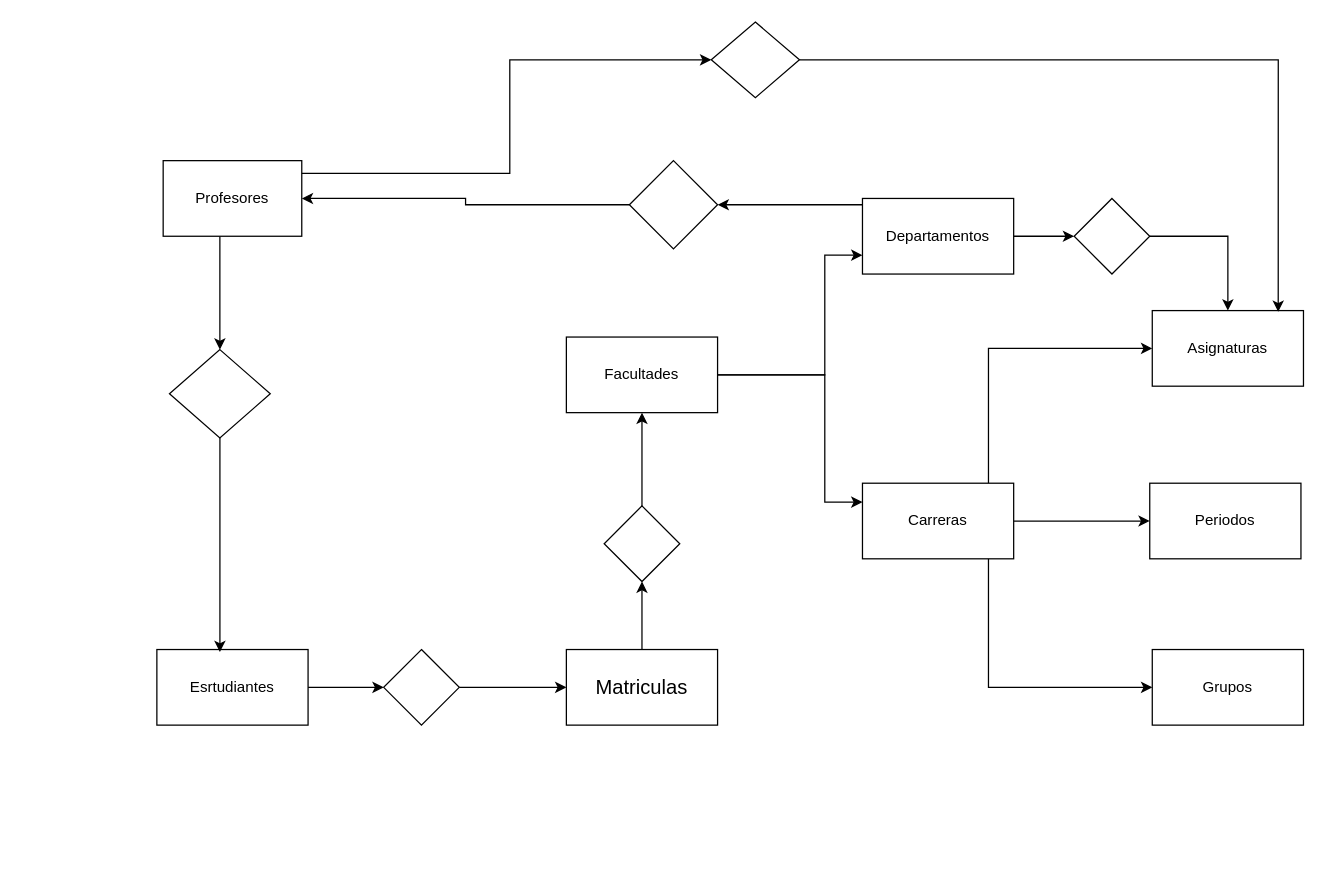
The draw.io diagram ProyectoFinalBD.drawio in ErnestDG/Ciencia-de-datos-, before the edit. Source tidied: cells renumbered, new cells numbered last; positions are measured from the earlier drawing's top-left corner, leaving out a move shared by most shapes. Both pictures are drawn from the tidied source at 126%, with x=0, y=0 at pixel (156, 21).
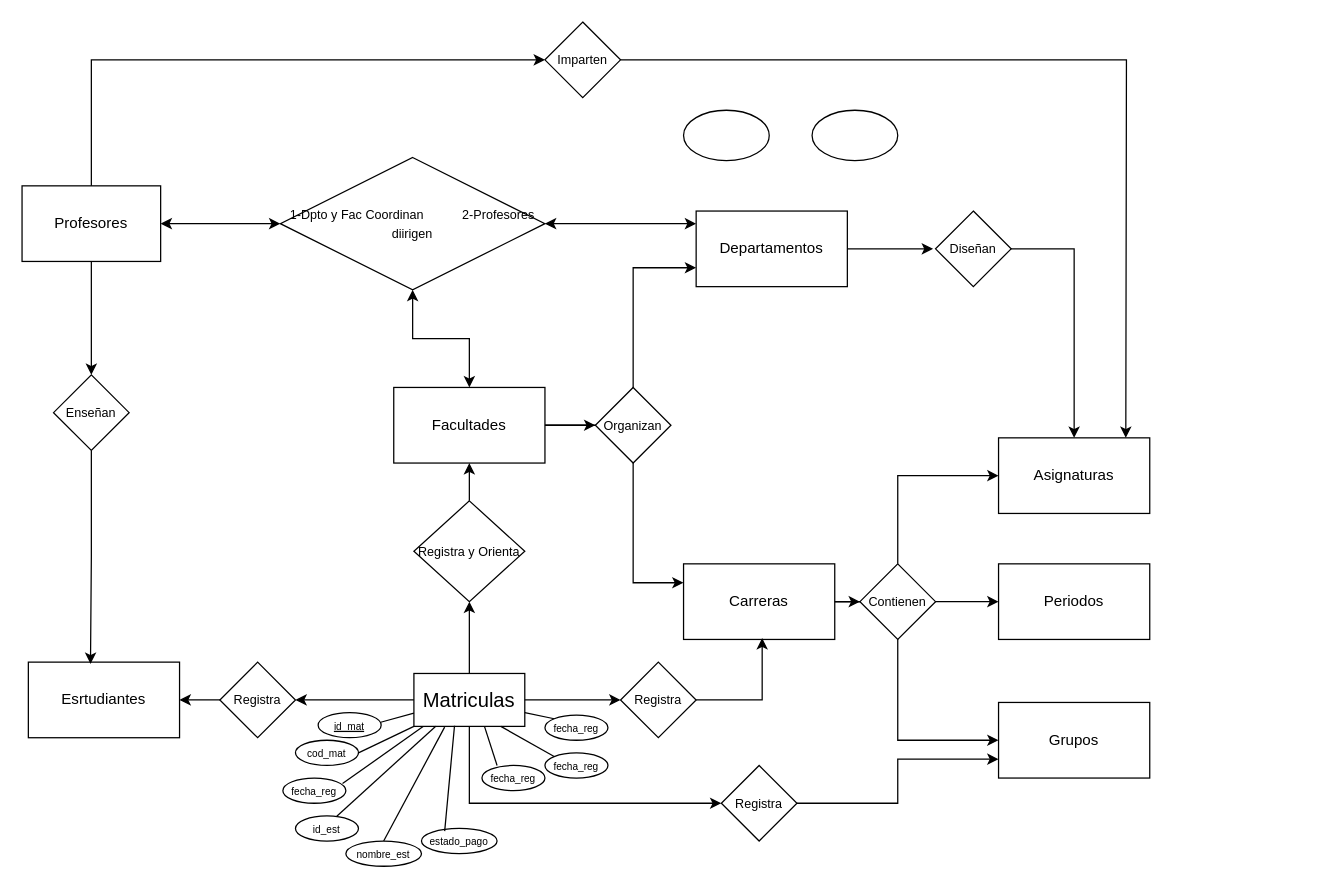
After the change.

What changed in the source:
```diff
@@
     <mxCell id="2" value="Grupos" style="rounded=0;whiteSpace=wrap;html=1;" parent="1" vertex="1">
-      <mxGeometry x="790" y="498" width="120" height="60" as="geometry" />
+      <mxGeometry x="668" y="540" width="120" height="60" as="geometry" />
     </mxCell>
     <mxCell id="3" style="edgeStyle=orthogonalEdgeStyle;rounded=0;jettySize=auto;html=1;entryX=0;entryY=0.75;entryDx=0;entryDy=0;" parent="1" edge="1" source="5" target="9">
       <mxGeometry relative="1" as="geometry">
         <Array as="points">
-          <mxPoint x="530.1" y="280.1" />
-          <mxPoint x="530.1" y="185" />
+          <mxPoint x="378" y="320" />
+          <mxPoint x="378" y="195" />
         </Array>
       </mxGeometry>
     </mxCell>
-    <mxCell id="4" style="edgeStyle=orthogonalEdgeStyle;rounded=0;jettySize=auto;html=1;entryX=0;entryY=0.25;entryDx=0;entryDy=0;" parent="1" edge="1" source="5" target="13">
+    <mxCell id="4" style="edgeStyle=orthogonalEdgeStyle;rounded=0;jettySize=auto;html=1;entryX=0;entryY=0.25;entryDx=0;entryDy=0;" parent="1" edge="1" source="47" target="13">
       <mxGeometry relative="1" as="geometry">
         <Array as="points">
-          <mxPoint x="530.1" y="280.1" />
-          <mxPoint x="530.1" y="381" />
+          <mxPoint x="378" y="445" />
         </Array>
       </mxGeometry>
     </mxCell>
+    <mxCell id="34" style="edgeStyle=orthogonalEdgeStyle;rounded=0;jettySize=auto;html=1;entryX=0.5;entryY=1;entryDx=0;entryDy=0;startArrow=classic;startFill=1;" parent="1" edge="1" source="5" target="40">
+      <mxGeometry relative="1" as="geometry" />
+    </mxCell>
     <mxCell id="5" value="Facultades" style="rounded=0;whiteSpace=wrap;html=1;" parent="1" vertex="1">
-      <mxGeometry x="325" y="250" width="120" height="60" as="geometry" />
+      <mxGeometry x="188" y="290" width="120" height="60" as="geometry" />
     </mxCell>
     <mxCell id="6" value="Asignaturas" style="rounded=0;whiteSpace=wrap;html=1;" parent="1" vertex="1">
-      <mxGeometry x="790" y="229" width="120" height="60" as="geometry" />
+      <mxGeometry x="668" y="330" width="120" height="60" as="geometry" />
     </mxCell>
-    <mxCell id="7" style="edgeStyle=orthogonalEdgeStyle;rounded=0;jettySize=auto;html=1;entryX=0;entryY=0.5;entryDx=0;entryDy=0;" parent="1" edge="1" source="9" target="25">
-      <mxGeometry relative="1" as="geometry" />
+    <mxCell id="7" style="edgeStyle=orthogonalEdgeStyle;rounded=0;jettySize=auto;html=1;entryX=0;entryY=0.5;entryDx=0;entryDy=0;" parent="1" edge="1" source="9">
+      <mxGeometry relative="1" as="geometry">
+        <mxPoint x="616" y="180" as="targetPoint" />
+      </mxGeometry>
     </mxCell>
-    <mxCell id="8" style="edgeStyle=orthogonalEdgeStyle;rounded=0;jettySize=auto;html=1;entryX=1;entryY=0.5;entryDx=0;entryDy=0;" parent="1" edge="1" source="9" target="33">
-      <mxGeometry relative="1" as="geometry">
-        <Array as="points">
-          <mxPoint x="520" y="145" />
-          <mxPoint x="520" y="145" />
-        </Array>
-      </mxGeometry>
-    </mxCell>
+    <mxCell id="35" style="edgeStyle=orthogonalEdgeStyle;rounded=0;jettySize=auto;html=1;startArrow=classic;startFill=1;" parent="1" edge="1" source="9" target="40">
+      <mxGeometry relative="1" as="geometry">
+        <Array as="points">
+          <mxPoint x="408" y="160" />
+          <mxPoint x="408" y="160" />
+        </Array>
+      </mxGeometry>
+    </mxCell>
     <mxCell id="9" value="Departamentos" style="rounded=0;whiteSpace=wrap;html=1;" parent="1" vertex="1">
-      <mxGeometry x="560" y="140" width="120" height="60" as="geometry" />
+      <mxGeometry x="428" y="150" width="120" height="60" as="geometry" />
     </mxCell>
-    <mxCell id="10" style="edgeStyle=orthogonalEdgeStyle;rounded=0;jettySize=auto;html=1;entryX=0;entryY=0.5;entryDx=0;entryDy=0;" parent="1" edge="1" source="13" target="6">
+    <mxCell id="10" style="edgeStyle=orthogonalEdgeStyle;rounded=0;jettySize=auto;html=1;entryX=0;entryY=0.5;entryDx=0;entryDy=0;" parent="1" edge="1" source="43" target="6">
       <mxGeometry relative="1" as="geometry">
         <Array as="points">
-          <mxPoint x="660" y="396" />
-          <mxPoint x="660" y="259" />
+          <mxPoint x="588" y="360" />
         </Array>
       </mxGeometry>
     </mxCell>
@@
     <mxCell id="12" style="edgeStyle=orthogonalEdgeStyle;rounded=0;jettySize=auto;html=1;entryX=0;entryY=0.5;entryDx=0;entryDy=0;" parent="1" edge="1" source="13" target="2">
       <mxGeometry relative="1" as="geometry">
         <Array as="points">
-          <mxPoint x="660" y="396" />
-          <mxPoint x="660" y="528" />
+          <mxPoint x="588" y="460" />
+          <mxPoint x="588" y="570" />
         </Array>
       </mxGeometry>
     </mxCell>
     <mxCell id="13" value="Carreras" style="rounded=0;whiteSpace=wrap;html=1;" parent="1" vertex="1">
-      <mxGeometry x="560" y="366" width="120" height="60" as="geometry" />
+      <mxGeometry x="418" y="430" width="120" height="60" as="geometry" />
     </mxCell>
-    <mxCell id="14" style="edgeStyle=orthogonalEdgeStyle;rounded=0;jettySize=auto;html=1;entryX=0;entryY=0.5;entryDx=0;entryDy=0;" parent="1" edge="1" source="15" target="27">
-      <mxGeometry relative="1" as="geometry" />
+    <mxCell id="14" style="edgeStyle=orthogonalEdgeStyle;rounded=0;jettySize=auto;html=1;entryX=0;entryY=0.5;entryDx=0;entryDy=0;endArrow=none;endFill=0;startArrow=classic;startFill=1;" parent="1" edge="1" source="15">
+      <mxGeometry relative="1" as="geometry">
+        <mxPoint x="68" y="538" as="targetPoint" />
+      </mxGeometry>
     </mxCell>
     <mxCell id="15" value="Esrtudiantes" style="rounded=0;whiteSpace=wrap;html=1;" parent="1" vertex="1">
-      <mxGeometry y="498" width="120" height="60" as="geometry" />
+      <mxGeometry x="-102" y="508" width="120" height="60" as="geometry" />
     </mxCell>
-    <mxCell id="16" style="edgeStyle=orthogonalEdgeStyle;rounded=0;jettySize=auto;html=1;entryX=0.5;entryY=1;entryDx=0;entryDy=0;" parent="1" edge="1" source="17" target="31">
+    <mxCell id="16" style="edgeStyle=orthogonalEdgeStyle;rounded=0;jettySize=auto;html=1;entryX=0.5;entryY=1;entryDx=0;entryDy=0;" parent="1" edge="1" source="17" target="39">
       <mxGeometry relative="1" as="geometry" />
     </mxCell>
     <mxCell id="17" value="&lt;font style=&quot;font-size: 16px;&quot;&gt;Matriculas&lt;/font&gt;" style="rounded=0;whiteSpace=wrap;html=1;" parent="1" vertex="1">
-      <mxGeometry x="325" y="498" width="120" height="60" as="geometry" />
+      <mxGeometry x="204" y="517" width="88" height="42" as="geometry" />
     </mxCell>
-    <mxCell id="18" style="edgeStyle=orthogonalEdgeStyle;rounded=0;jettySize=auto;html=1;entryX=0.417;entryY=0.033;entryDx=0;entryDy=0;entryPerimeter=0;" parent="1" edge="1" source="29" target="15">
-      <mxGeometry relative="1" as="geometry" />
-    </mxCell>
+    <mxCell id="36" style="edgeStyle=orthogonalEdgeStyle;rounded=0;jettySize=auto;html=1;entryX=0.5;entryY=0;entryDx=0;entryDy=0;" parent="1" edge="1" source="19" target="37">
+      <mxGeometry relative="1" as="geometry" />
+    </mxCell>
     <mxCell id="19" value="Profesores" style="rounded=0;whiteSpace=wrap;html=1;" parent="1" vertex="1">
-      <mxGeometry x="5" y="110" width="110" height="60" as="geometry" />
+      <mxGeometry x="-107" y="130" width="110" height="60" as="geometry" />
     </mxCell>
     <mxCell id="20" value="Periodos" style="rounded=0;whiteSpace=wrap;html=1;" parent="1" vertex="1">
-      <mxGeometry x="788" y="366" width="120" height="60" as="geometry" />
+      <mxGeometry x="668" y="430" width="120" height="60" as="geometry" />
     </mxCell>
-    <mxCell id="21" style="edgeStyle=orthogonalEdgeStyle;rounded=0;jettySize=auto;html=1;entryX=0.833;entryY=0.017;entryDx=0;entryDy=0;entryPerimeter=0;" parent="1" edge="1" source="23" target="6">
-      <mxGeometry relative="1" as="geometry">
-        <Array as="points">
-          <mxPoint x="890" y="30" />
-        </Array>
-      </mxGeometry>
-    </mxCell>
-    <mxCell id="22" style="edgeStyle=orthogonalEdgeStyle;rounded=0;jettySize=auto;html=1;entryX=0;entryY=0.5;entryDx=0;entryDy=0;" parent="1" edge="1" source="19" target="23">
+    <mxCell id="22" style="edgeStyle=orthogonalEdgeStyle;rounded=0;jettySize=auto;html=1;exitX=0.5;exitY=0;exitDx=0;exitDy=0;entryX=0;entryY=0.5;entryDx=0;entryDy=0;" parent="1" edge="1" source="19" target="41">
       <mxGeometry relative="1" as="geometry">
         <Array as="points">
-          <mxPoint x="280.1" y="120.1" />
-          <mxPoint x="280.1" y="30.1" />
+          <mxPoint x="-52" y="30" />
         </Array>
       </mxGeometry>
     </mxCell>
-    <mxCell id="23" style="rhombus;whiteSpace=wrap;html=1;shapeInside=1;" parent="1" vertex="1">
-      <mxGeometry x="440" width="70" height="60" as="geometry" />
-    </mxCell>
-    <mxCell id="24" style="edgeStyle=orthogonalEdgeStyle;rounded=0;jettySize=auto;html=1;entryX=0.5;entryY=0;entryDx=0;entryDy=0;" parent="1" edge="1" source="25" target="6">
-      <mxGeometry relative="1" as="geometry" />
+    <mxCell id="24" style="edgeStyle=orthogonalEdgeStyle;rounded=0;jettySize=auto;html=1;entryX=0.5;entryY=0;entryDx=0;entryDy=0;" parent="1" edge="1" target="6">
+      <mxGeometry relative="1" as="geometry">
+        <mxPoint x="676" y="180" as="sourcePoint" />
+        <Array as="points">
+          <mxPoint x="728" y="180" />
+        </Array>
+      </mxGeometry>
     </mxCell>
-    <mxCell id="25" style="rhombus;whiteSpace=wrap;html=1;shapeInside=1;" parent="1" vertex="1">
-      <mxGeometry x="728" y="140" width="60" height="60" as="geometry" />
-    </mxCell>
-    <mxCell id="26" style="edgeStyle=orthogonalEdgeStyle;rounded=0;jettySize=auto;html=1;entryX=0;entryY=0.5;entryDx=0;entryDy=0;" parent="1" edge="1" source="27" target="17">
+    <mxCell id="26" style="edgeStyle=orthogonalEdgeStyle;rounded=0;jettySize=auto;html=1;entryX=0;entryY=0.5;entryDx=0;entryDy=0;startArrow=classic;startFill=1;endArrow=none;endFill=0;exitX=1;exitY=0.5;exitDx=0;exitDy=0;" parent="1" edge="1" source="42" target="17">
       <mxGeometry relative="1" as="geometry" />
     </mxCell>
-    <mxCell id="27" style="rhombus;whiteSpace=wrap;html=1;shapeInside=1;" parent="1" vertex="1">
-      <mxGeometry x="180" y="498" width="60" height="60" as="geometry" />
-    </mxCell>
-    <mxCell id="28" style="edgeStyle=orthogonalEdgeStyle;rounded=0;jettySize=auto;html=1;entryX=0.5;entryY=0;entryDx=0;entryDy=0;exitX=0.417;exitY=1.002;exitDx=0;exitDy=0;exitPerimeter=0;" parent="1" edge="1" source="19" target="29">
-      <mxGeometry relative="1" as="geometry">
-        <Array as="points">
-          <mxPoint x="50.1" y="260.1" />
-        </Array>
-      </mxGeometry>
-    </mxCell>
-    <mxCell id="29" style="rhombus;whiteSpace=wrap;html=1;shapeInside=1;" parent="1" vertex="1">
-      <mxGeometry x="10" y="260" width="80" height="70" as="geometry" />
-    </mxCell>
-    <mxCell id="30" style="edgeStyle=orthogonalEdgeStyle;rounded=0;jettySize=auto;html=1;entryX=0.5;entryY=1;entryDx=0;entryDy=0;" parent="1" edge="1" source="31" target="5">
+    <mxCell id="30" style="edgeStyle=orthogonalEdgeStyle;rounded=0;jettySize=auto;html=1;entryX=0.5;entryY=1;entryDx=0;entryDy=0;exitX=0.5;exitY=0;exitDx=0;exitDy=0;" parent="1" edge="1" source="39" target="5">
       <mxGeometry relative="1" as="geometry" />
     </mxCell>
-    <mxCell id="31" style="rhombus;whiteSpace=wrap;html=1;shapeInside=1;" parent="1" vertex="1">
-      <mxGeometry x="355" y="384" width="60" height="60" as="geometry" />
-    </mxCell>
-    <mxCell id="32" style="edgeStyle=orthogonalEdgeStyle;rounded=0;jettySize=auto;html=1;entryX=1;entryY=0.5;entryDx=0;entryDy=0;" parent="1" edge="1" source="33" target="19">
+    <mxCell id="32" style="edgeStyle=orthogonalEdgeStyle;rounded=0;jettySize=auto;html=1;entryX=1;entryY=0.5;entryDx=0;entryDy=0;exitX=0;exitY=0.5;exitDx=0;exitDy=0;startArrow=classic;startFill=1;" parent="1" edge="1" source="40" target="19">
       <mxGeometry relative="1" as="geometry" />
     </mxCell>
-    <mxCell id="33" style="rhombus;whiteSpace=wrap;html=1;shapeInside=1;" parent="1" vertex="1">
-      <mxGeometry x="375" y="110" width="70" height="70" as="geometry" />
-    </mxCell>
+    <mxCell id="37" value="&lt;font style=&quot;font-size: 10px;&quot;&gt;Enseñan&lt;/font&gt;" style="rhombus;whiteSpace=wrap;html=1;shapeInside=1;" parent="1" vertex="1">
+      <mxGeometry x="-82" y="280" width="60" height="60" as="geometry" />
+    </mxCell>
+    <mxCell id="38" value="&lt;font style=&quot;font-size: 10px;&quot;&gt;Diseñan&lt;/font&gt;" style="rhombus;whiteSpace=wrap;html=1;shapeInside=1;" parent="1" vertex="1">
+      <mxGeometry x="618" y="150" width="60" height="60" as="geometry" />
+    </mxCell>
+    <mxCell id="39" value="&lt;font style=&quot;font-size: 10px;&quot;&gt;Registra y Orienta&lt;/font&gt;" style="rhombus;whiteSpace=wrap;html=1;shapeInside=1;" parent="1" vertex="1">
+      <mxGeometry x="204" y="380" width="88" height="80" as="geometry" />
+    </mxCell>
+    <mxCell id="40" value="&lt;font style=&quot;font-size: 10px;&quot;&gt;1-Dpto y Fac Coordinan&amp;nbsp; &amp;nbsp; &amp;nbsp; &amp;nbsp; &amp;nbsp; &amp;nbsp;2-&lt;/font&gt;&lt;span style=&quot;font-size: 10px; background-color: transparent; color: light-dark(rgb(0, 0, 0), rgb(255, 255, 255));&quot;&gt;Profesores diirigen&lt;/span&gt;&lt;font style=&quot;font-size: 10px;&quot;&gt;&lt;br&gt;&lt;/font&gt;" style="rhombus;whiteSpace=wrap;html=1;shapeInside=1;" parent="1" vertex="1">
+      <mxGeometry x="98" y="107.5" width="210" height="105" as="geometry" />
+    </mxCell>
+    <mxCell id="41" value="&lt;font style=&quot;font-size: 10px;&quot;&gt;Imparten&lt;/font&gt;" style="rhombus;whiteSpace=wrap;html=1;shapeInside=1;" parent="1" vertex="1">
+      <mxGeometry x="308" width="60" height="60" as="geometry" />
+    </mxCell>
+    <mxCell id="42" value="&lt;font style=&quot;font-size: 10px;&quot;&gt;Registra&lt;/font&gt;" style="rhombus;whiteSpace=wrap;html=1;shapeInside=1;" parent="1" vertex="1">
+      <mxGeometry x="50" y="508" width="60" height="60" as="geometry" />
+    </mxCell>
+    <mxCell id="43" value="&lt;font style=&quot;font-size: 10px;&quot;&gt;Contienen&lt;/font&gt;" style="rhombus;whiteSpace=wrap;html=1;shapeInside=1;" parent="1" vertex="1">
+      <mxGeometry x="558" y="430" width="60" height="60" as="geometry" />
+    </mxCell>
+    <mxCell id="44" style="endArrow=classic;html=1;rounded=0;exitX=1;exitY=0.5;exitDx=0;exitDy=0;entryX=0;entryY=0.5;entryDx=0;entryDy=0;" parent="1" edge="1" source="13" target="43">
+      <mxGeometry relative="1" as="geometry" />
+    </mxCell>
+    <mxCell id="45" style="edgeStyle=orthogonalEdgeStyle;rounded=0;jettySize=auto;html=1;" parent="1" edge="1" source="41">
+      <mxGeometry relative="1" as="geometry">
+        <mxPoint x="769" y="330" as="targetPoint" />
+      </mxGeometry>
+    </mxCell>
+    <mxCell id="46" style="edgeStyle=orthogonalEdgeStyle;rounded=0;jettySize=auto;html=1;entryX=0.411;entryY=0.024;entryDx=0;entryDy=0;entryPerimeter=0;" parent="1" edge="1" source="37" target="15">
+      <mxGeometry relative="1" as="geometry" />
+    </mxCell>
+    <mxCell id="47" value="&lt;font style=&quot;font-size: 10px;&quot;&gt;Organizan&lt;/font&gt;" style="rhombus;whiteSpace=wrap;html=1;shapeInside=1;" parent="1" vertex="1">
+      <mxGeometry x="348" y="290" width="60" height="60" as="geometry" />
+    </mxCell>
+    <mxCell id="48" style="endArrow=classic;html=1;rounded=0;" parent="1" edge="1" target="47">
+      <mxGeometry relative="1" as="geometry">
+        <mxPoint x="308" y="320" as="sourcePoint" />
+      </mxGeometry>
+    </mxCell>
+    <mxCell id="49" style="ellipse;whiteSpace=wrap;html=1;shapeInside=1;rounded=0;" parent="1" vertex="1">
+      <mxGeometry x="520" y="70" width="68" height="40" as="geometry" />
+    </mxCell>
+    <mxCell id="50" style="ellipse;whiteSpace=wrap;html=1;shapeInside=1;rounded=0;" parent="1" vertex="1">
+      <mxGeometry x="418" y="70" width="68" height="40" as="geometry" />
+    </mxCell>
+    <mxCell id="51" style="edgeStyle=orthogonalEdgeStyle;rounded=0;jettySize=auto;html=1;entryX=0;entryY=0.5;entryDx=0;entryDy=0;" parent="1" edge="1" source="17" target="52">
+      <mxGeometry relative="1" as="geometry" />
+    </mxCell>
+    <mxCell id="52" value="&lt;font style=&quot;font-size: 10px;&quot;&gt;Registra&lt;/font&gt;" style="rhombus;whiteSpace=wrap;html=1;shapeInside=1;" parent="1" vertex="1">
+      <mxGeometry x="368" y="508" width="60" height="60" as="geometry" />
+    </mxCell>
+    <mxCell id="53" style="edgeStyle=orthogonalEdgeStyle;rounded=0;jettySize=auto;html=1;entryX=0;entryY=0.5;entryDx=0;entryDy=0;exitX=0.5;exitY=1;exitDx=0;exitDy=0;" parent="1" edge="1" source="17" target="55">
+      <mxGeometry relative="1" as="geometry" />
+    </mxCell>
+    <mxCell id="54" style="edgeStyle=orthogonalEdgeStyle;rounded=0;jettySize=auto;html=1;entryX=0;entryY=0.75;entryDx=0;entryDy=0;" parent="1" edge="1" source="55" target="2">
+      <mxGeometry relative="1" as="geometry" />
+    </mxCell>
+    <mxCell id="55" value="&lt;font style=&quot;font-size: 10px;&quot;&gt;Registra&lt;/font&gt;" style="rhombus;whiteSpace=wrap;html=1;shapeInside=1;" parent="1" vertex="1">
+      <mxGeometry x="448" y="590" width="60" height="60" as="geometry" />
+    </mxCell>
+    <mxCell id="56" value="&lt;font style=&quot;font-size: 8px;&quot;&gt;&lt;u&gt;id_mat&lt;/u&gt;&lt;/font&gt;" style="ellipse;whiteSpace=wrap;html=1;shapeInside=1;rounded=0;" parent="1" vertex="1">
+      <mxGeometry x="128" y="548" width="50" height="20" as="geometry" />
+    </mxCell>
+    <mxCell id="57" value="&lt;font style=&quot;font-size: 8px;&quot;&gt;cod_mat&lt;/font&gt;" style="ellipse;whiteSpace=wrap;html=1;shapeInside=1;rounded=0;" parent="1" vertex="1">
+      <mxGeometry x="110" y="570" width="50" height="20" as="geometry" />
+    </mxCell>
+    <mxCell id="58" style="endArrow=none;html=1;rounded=0;entryX=0;entryY=0.75;entryDx=0;entryDy=0;exitX=0.993;exitY=0.386;exitDx=0;exitDy=0;exitPerimeter=0;" parent="1" edge="1" source="56" target="17">
+      <mxGeometry relative="1" as="geometry" />
+    </mxCell>
+    <mxCell id="59" style="endArrow=none;html=1;rounded=0;entryX=0;entryY=1;entryDx=0;entryDy=0;exitX=1;exitY=0.5;exitDx=0;exitDy=0;" parent="1" edge="1" source="57" target="17">
+      <mxGeometry relative="1" as="geometry" />
+    </mxCell>
+    <mxCell id="60" value="&lt;font style=&quot;font-size: 8px;&quot;&gt;fecha_reg&lt;/font&gt;" style="ellipse;whiteSpace=wrap;html=1;shapeInside=1;rounded=0;" parent="1" vertex="1">
+      <mxGeometry x="100" y="600" width="50" height="20" as="geometry" />
+    </mxCell>
+    <mxCell id="61" value="&lt;font style=&quot;font-size: 8px;&quot;&gt;id_est&lt;/font&gt;" style="ellipse;whiteSpace=wrap;html=1;shapeInside=1;rounded=0;" parent="1" vertex="1">
+      <mxGeometry x="110" y="630" width="50" height="20" as="geometry" />
+    </mxCell>
+    <mxCell id="62" value="&lt;font style=&quot;font-size: 8px;&quot;&gt;nombre_est&lt;/font&gt;" style="ellipse;whiteSpace=wrap;html=1;shapeInside=1;rounded=0;" parent="1" vertex="1">
+      <mxGeometry x="150" y="650" width="60" height="20" as="geometry" />
+    </mxCell>
+    <mxCell id="63" value="&lt;font style=&quot;font-size: 8px;&quot;&gt;estado_pago&lt;/font&gt;" style="ellipse;whiteSpace=wrap;html=1;shapeInside=1;rounded=0;" parent="1" vertex="1">
+      <mxGeometry x="210" y="640" width="60" height="20" as="geometry" />
+    </mxCell>
+    <mxCell id="64" value="&lt;font style=&quot;font-size: 8px;&quot;&gt;fecha_reg&lt;/font&gt;" style="ellipse;whiteSpace=wrap;html=1;shapeInside=1;rounded=0;" parent="1" vertex="1">
+      <mxGeometry x="308" y="580" width="50" height="20" as="geometry" />
+    </mxCell>
+    <mxCell id="65" value="&lt;font style=&quot;font-size: 8px;&quot;&gt;fecha_reg&lt;/font&gt;" style="ellipse;whiteSpace=wrap;html=1;shapeInside=1;rounded=0;" parent="1" vertex="1">
+      <mxGeometry x="308" y="550" width="50" height="20" as="geometry" />
+    </mxCell>
+    <mxCell id="66" value="&lt;font style=&quot;font-size: 8px;&quot;&gt;fecha_reg&lt;/font&gt;" style="ellipse;whiteSpace=wrap;html=1;shapeInside=1;rounded=0;" parent="1" vertex="1">
+      <mxGeometry x="258" y="590" width="50" height="20" as="geometry" />
+    </mxCell>
+    <mxCell id="67" style="endArrow=none;html=1;rounded=0;entryX=0.083;entryY=1.002;entryDx=0;entryDy=0;entryPerimeter=0;exitX=0.947;exitY=0.22;exitDx=0;exitDy=0;exitPerimeter=0;" parent="1" edge="1" source="60" target="17">
+      <mxGeometry relative="1" as="geometry" />
+    </mxCell>
+    <mxCell id="68" style="endArrow=none;html=1;rounded=0;exitX=0.656;exitY=0.013;exitDx=0;exitDy=0;exitPerimeter=0;entryX=0.197;entryY=0.997;entryDx=0;entryDy=0;entryPerimeter=0;" parent="1" edge="1" source="61" target="17">
+      <mxGeometry relative="1" as="geometry" />
+    </mxCell>
+    <mxCell id="69" style="endArrow=none;html=1;rounded=0;exitX=0.5;exitY=0;exitDx=0;exitDy=0;entryX=0.277;entryY=1.014;entryDx=0;entryDy=0;entryPerimeter=0;" parent="1" edge="1" source="62" target="17">
+      <mxGeometry relative="1" as="geometry" />
+    </mxCell>
+    <mxCell id="70" style="endArrow=none;html=1;rounded=0;entryX=0.366;entryY=0.988;entryDx=0;entryDy=0;entryPerimeter=0;exitX=0.307;exitY=0.105;exitDx=0;exitDy=0;exitPerimeter=0;" parent="1" edge="1" source="63" target="17">
+      <mxGeometry relative="1" as="geometry" />
+    </mxCell>
+    <mxCell id="71" style="endArrow=none;html=1;rounded=0;exitX=0.24;exitY=0;exitDx=0;exitDy=0;exitPerimeter=0;" parent="1" edge="1" source="66">
+      <mxGeometry relative="1" as="geometry">
+        <mxPoint x="260" y="559" as="targetPoint" />
+      </mxGeometry>
+    </mxCell>
+    <mxCell id="72" style="endArrow=none;html=1;rounded=0;exitX=0;exitY=0;exitDx=0;exitDy=0;" parent="1" edge="1" source="64">
+      <mxGeometry relative="1" as="geometry">
+        <mxPoint x="273" y="559" as="targetPoint" />
+      </mxGeometry>
+    </mxCell>
+    <mxCell id="73" style="endArrow=none;html=1;rounded=0;exitX=0;exitY=0;exitDx=0;exitDy=0;" parent="1" edge="1" source="65">
+      <mxGeometry relative="1" as="geometry">
+        <mxPoint x="292" y="548" as="targetPoint" />
+      </mxGeometry>
+    </mxCell>
+    <mxCell id="74" style="edgeStyle=orthogonalEdgeStyle;rounded=0;jettySize=auto;html=1;entryX=0.52;entryY=0.982;entryDx=0;entryDy=0;entryPerimeter=0;" parent="1" edge="1" source="52" target="13">
+      <mxGeometry relative="1" as="geometry">
+        <Array as="points">
+          <mxPoint x="480.4" y="538" />
+        </Array>
+      </mxGeometry>
+    </mxCell>
```
